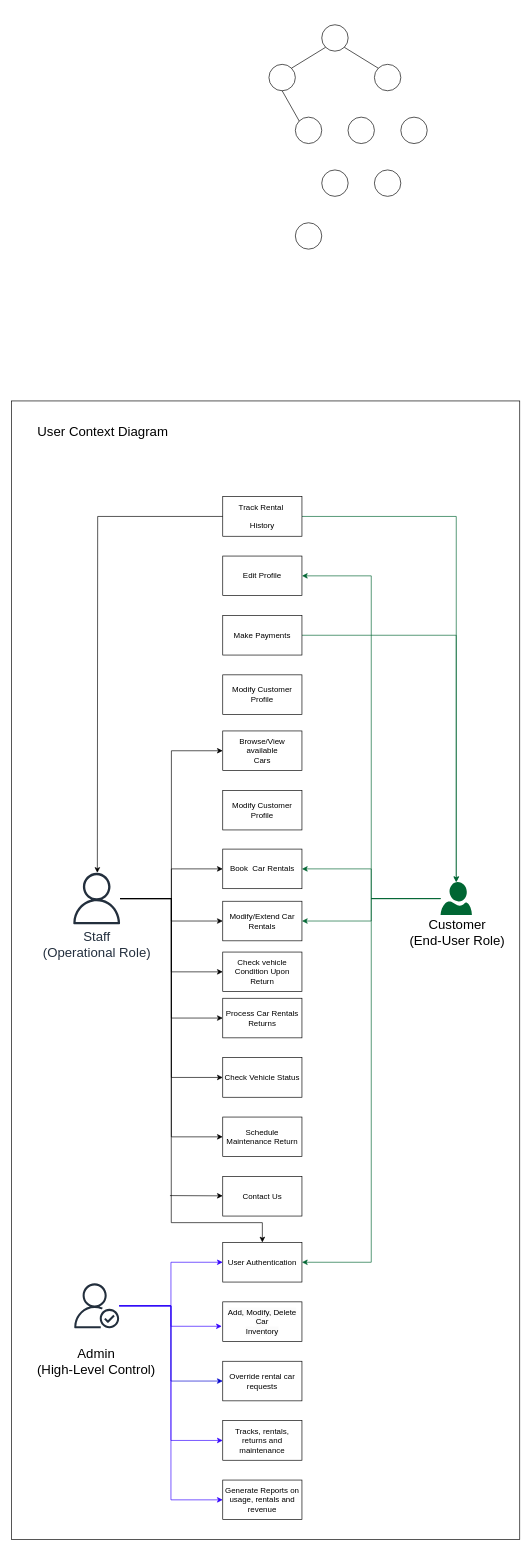
The draw.io diagram Resources/Requirements & Specifications/User Context Diagram.drawio in rukky0123/COSC3506-001XE, before the edit. Source tidied: cells renumbered, new cells numbered last; positions are measured from the earlier drawing's top-left corner, leaving out a move shared by most shapes. Both pictures are drawn from the tidied source at 66%, with x=0, y=0 at pixel (11, 24).
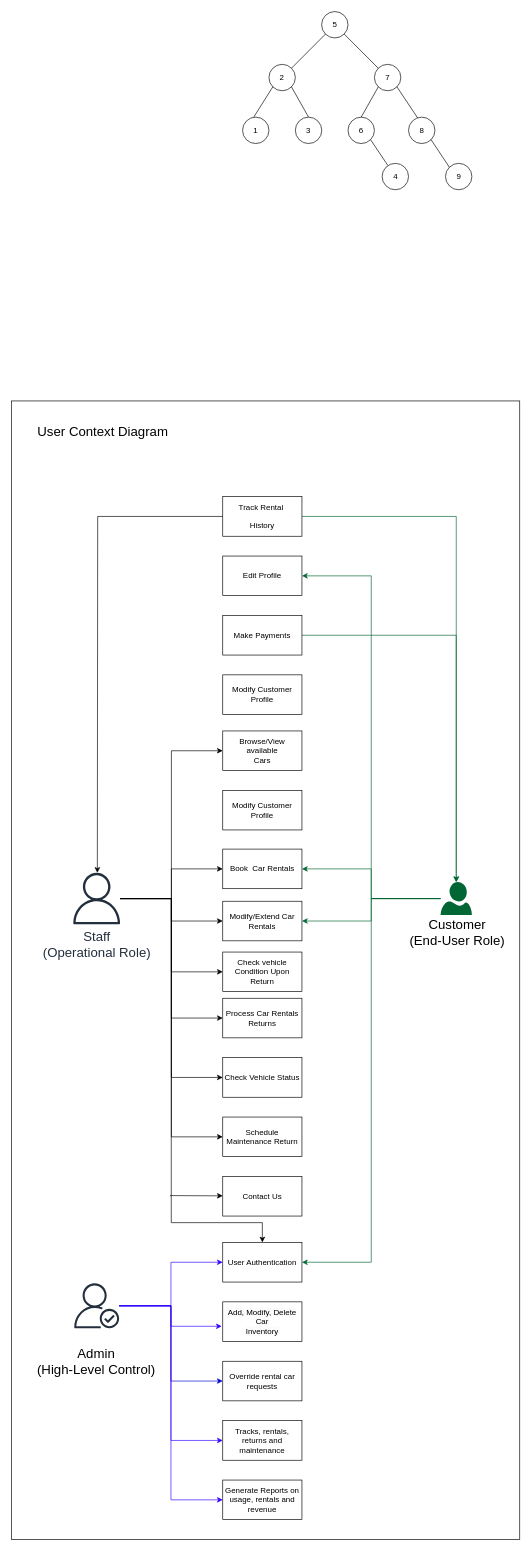
After the change.

Change to the diagram source:
```diff
@@
-    <mxCell id="48" style="ellipse;whiteSpace=wrap;html=1;" parent="1" vertex="1">
-      <mxGeometry x="470" width="40" height="40" as="geometry" />
+    <mxCell id="48" value="5" style="ellipse;whiteSpace=wrap;html=1;" parent="1" vertex="1">
+      <mxGeometry x="469.8" y="-20" width="40" height="40" as="geometry" />
     </mxCell>
-    <mxCell id="49" style="ellipse;whiteSpace=wrap;html=1;" parent="1" vertex="1">
-      <mxGeometry x="430" y="300" width="40" height="40" as="geometry" />
-    </mxCell>
-    <mxCell id="50" style="ellipse;whiteSpace=wrap;html=1;" parent="1" vertex="1">
+    <mxCell id="50" value="2" style="ellipse;whiteSpace=wrap;html=1;" parent="1" vertex="1">
       <mxGeometry x="390" y="60" width="40" height="40" as="geometry" />
     </mxCell>
-    <mxCell id="51" style="ellipse;whiteSpace=wrap;html=1;" parent="1" vertex="1">
-      <mxGeometry x="470" y="220" width="40" height="40" as="geometry" />
-    </mxCell>
-    <mxCell id="52" style="ellipse;whiteSpace=wrap;html=1;" parent="1" vertex="1">
+    <mxCell id="52" value="6" style="ellipse;whiteSpace=wrap;html=1;" parent="1" vertex="1">
       <mxGeometry x="509.8" y="140" width="40" height="40" as="geometry" />
     </mxCell>
-    <mxCell id="53" style="ellipse;whiteSpace=wrap;html=1;" parent="1" vertex="1">
-      <mxGeometry x="589.8" y="140" width="40" height="40" as="geometry" />
+    <mxCell id="53" value="8" style="ellipse;whiteSpace=wrap;html=1;" parent="1" vertex="1">
+      <mxGeometry x="601.5" y="140" width="40" height="40" as="geometry" />
     </mxCell>
-    <mxCell id="54" style="ellipse;whiteSpace=wrap;html=1;" parent="1" vertex="1">
+    <mxCell id="54" value="3" style="ellipse;whiteSpace=wrap;html=1;" parent="1" vertex="1">
       <mxGeometry x="430" y="140" width="40" height="40" as="geometry" />
     </mxCell>
-    <mxCell id="55" style="ellipse;whiteSpace=wrap;html=1;" parent="1" vertex="1">
+    <mxCell id="55" value="7" style="ellipse;whiteSpace=wrap;html=1;" parent="1" vertex="1">
       <mxGeometry x="549.8" y="60" width="40" height="40" as="geometry" />
     </mxCell>
-    <mxCell id="56" style="ellipse;whiteSpace=wrap;html=1;" parent="1" vertex="1">
-      <mxGeometry x="549.8" y="220" width="40" height="40" as="geometry" />
+    <mxCell id="56" value="9" style="ellipse;whiteSpace=wrap;html=1;" parent="1" vertex="1">
+      <mxGeometry x="657.5" y="210" width="40" height="40" as="geometry" />
     </mxCell>
@@
-    <mxCell id="58" style="endArrow=none;html=1;rounded=0;exitX=1;exitY=1;exitDx=0;exitDy=0;entryX=0;entryY=0;entryDx=0;entryDy=0;" parent="1" edge="1" source="48" target="55">
+    <mxCell id="58" style="endArrow=none;html=1;rounded=0;entryX=0;entryY=0;entryDx=0;entryDy=0;exitX=1;exitY=1;exitDx=0;exitDy=0;" parent="1" edge="1" source="48" target="55">
       <mxGeometry relative="1" as="geometry" />
     </mxCell>
-    <mxCell id="59" style="endArrow=none;html=1;rounded=0;entryX=0.5;entryY=1;entryDx=0;entryDy=0;exitX=0;exitY=0;exitDx=0;exitDy=0;" parent="1" edge="1" source="54" target="50">
+    <mxCell id="59" style="endArrow=none;html=1;rounded=0;entryX=1;entryY=1;entryDx=0;entryDy=0;exitX=0.5;exitY=0;exitDx=0;exitDy=0;" parent="1" edge="1" source="54" target="50">
       <mxGeometry relative="1" as="geometry" />
     </mxCell>
+    <mxCell id="60" style="endArrow=none;html=1;rounded=0;entryX=0;entryY=1;entryDx=0;entryDy=0;exitX=0.5;exitY=0;exitDx=0;exitDy=0;" parent="1" edge="1" source="52" target="55">
+      <mxGeometry relative="1" as="geometry" />
+    </mxCell>
+    <mxCell id="61" style="endArrow=none;html=1;rounded=0;exitX=1;exitY=1;exitDx=0;exitDy=0;entryX=0.343;entryY=0.028;entryDx=0;entryDy=0;entryPerimeter=0;" parent="1" edge="1" source="55" target="53">
+      <mxGeometry relative="1" as="geometry" />
+    </mxCell>
+    <mxCell id="62" style="endArrow=none;html=1;rounded=0;entryX=1;entryY=1;entryDx=0;entryDy=0;exitX=0;exitY=0;exitDx=0;exitDy=0;" parent="1" edge="1" source="56" target="53">
+      <mxGeometry relative="1" as="geometry" />
+    </mxCell>
+    <mxCell id="63" style="endArrow=none;html=1;rounded=0;entryX=0;entryY=1;entryDx=0;entryDy=0;exitX=0.5;exitY=0;exitDx=0;exitDy=0;" parent="1" edge="1" target="50">
+      <mxGeometry relative="1" as="geometry">
+        <mxPoint x="366.9" y="140" as="sourcePoint" />
+      </mxGeometry>
+    </mxCell>
+    <mxCell id="64" value="1" style="ellipse;whiteSpace=wrap;html=1;" parent="1" vertex="1">
+      <mxGeometry x="350" y="140" width="40" height="40" as="geometry" />
+    </mxCell>
+    <mxCell id="65" style="endArrow=none;html=1;rounded=0;entryX=1;entryY=1;entryDx=0;entryDy=0;" parent="1" edge="1" source="66" target="52">
+      <mxGeometry relative="1" as="geometry" />
+    </mxCell>
+    <mxCell id="66" value="4" style="ellipse;whiteSpace=wrap;html=1;" parent="1" vertex="1">
+      <mxGeometry x="561.5" y="210" width="40" height="40" as="geometry" />
+    </mxCell>
```
